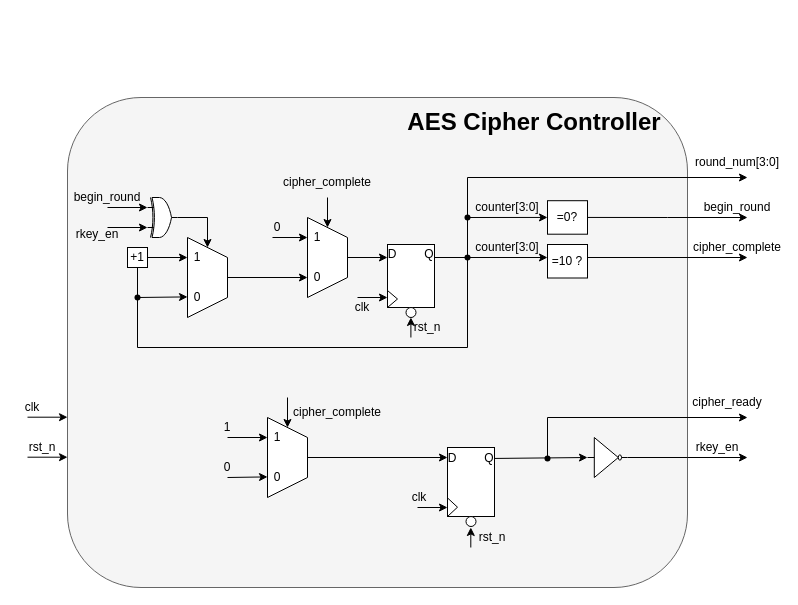
106210049/AES-128 keeps this draw.io diagram as page "AES Cipher Controller" (7 of 26) of AES128 Diagram.drawio. Above is the earlier version. Source tidied: cells renumbered, new cells numbered last; positions are measured from the earlier drawing's top-left corner, leaving out a move shared by most shapes. Both pictures are drawn from the tidied source at 100%, with x=0, y=0 at pixel (17, 97).
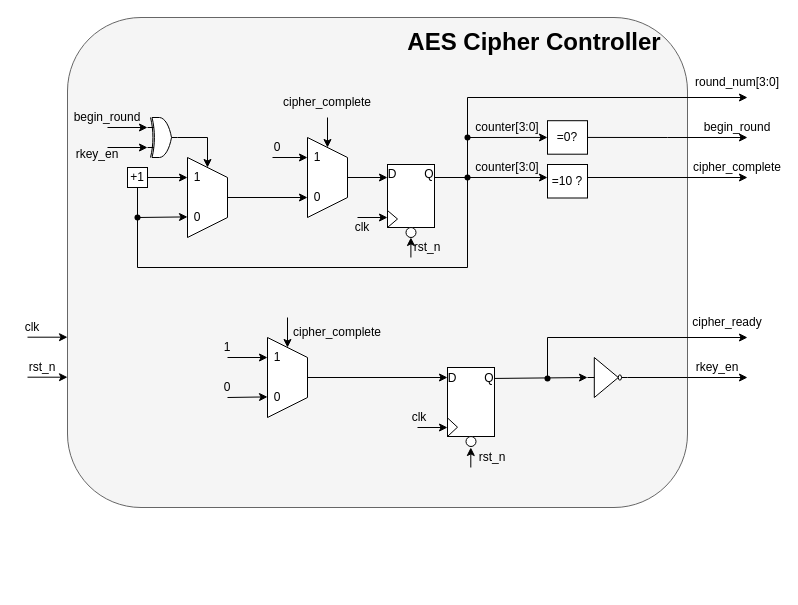
The same page after the edit.

Unchanged cells that the change refers to:
```xml
<mxCell id="64" value="Q" style="text;strokeColor=none;align=center;fillColor=none;html=1;verticalAlign=middle;whiteSpace=wrap;rounded=0;" parent="60" vertex="1">
  <mxGeometry x="37" width="10" height="21.9" as="geometry" />
</mxCell>
```

The edit, as a diff of the source:
```diff
@@
+    <mxCell id="96" style="group;" parent="1" vertex="1">
+      <mxGeometry y="-80" width="750" height="490" as="geometry" />
+    </mxCell>
-    <mxCell id="2" style="rounded=1;whiteSpace=wrap;html=1;fillColor=#f5f5f5;fontColor=#333333;strokeColor=#666666;" parent="1" vertex="1">
+    <mxCell id="2" style="rounded=1;whiteSpace=wrap;html=1;fillColor=#f5f5f5;fontColor=#333333;strokeColor=#666666;" parent="96" vertex="1">
       <mxGeometry x="50" width="620" height="490" as="geometry" />
     </mxCell>
-    <mxCell id="3" style="group;" parent="1" vertex="1">
+    <mxCell id="3" style="group;" parent="96" vertex="1">
       <mxGeometry x="370" y="147" width="47" height="73" as="geometry" />
     </mxCell>
@@
-    <mxCell id="9" style="group;" parent="1" vertex="1">
+    <mxCell id="9" style="group;" parent="96" vertex="1">
       <mxGeometry x="90" y="120" width="160" height="100" as="geometry" />
     </mxCell>
@@
-    <mxCell id="23" style="endArrow=classic;html=1;rounded=0;entryX=0;entryY=0.25;entryDx=0;entryDy=0;entryPerimeter=0;" parent="1" edge="1" target="87">
+    <mxCell id="23" style="endArrow=classic;html=1;rounded=0;entryX=0;entryY=0.25;entryDx=0;entryDy=0;entryPerimeter=0;" parent="96" edge="1" target="87">
       <mxGeometry relative="1" as="geometry">
         <mxPoint x="90" y="110" as="sourcePoint" />
       </mxGeometry>
     </mxCell>
-    <mxCell id="24" value="begin_round" style="text;strokeColor=none;align=center;fillColor=none;html=1;verticalAlign=middle;whiteSpace=wrap;rounded=0;" parent="1" vertex="1">
+    <mxCell id="24" value="begin_round" style="text;strokeColor=none;align=center;fillColor=none;html=1;verticalAlign=middle;whiteSpace=wrap;rounded=0;" parent="96" vertex="1">
       <mxGeometry x="60" y="90" width="60" height="20" as="geometry" />
     </mxCell>
-    <mxCell id="25" value="rkey_en" style="text;strokeColor=none;align=center;fillColor=none;html=1;verticalAlign=middle;whiteSpace=wrap;rounded=0;" parent="1" vertex="1">
+    <mxCell id="25" value="rkey_en" style="text;strokeColor=none;align=center;fillColor=none;html=1;verticalAlign=middle;whiteSpace=wrap;rounded=0;" parent="96" vertex="1">
       <mxGeometry x="50" y="127" width="60" height="20" as="geometry" />
     </mxCell>
-    <mxCell id="26" style="group;" parent="1" vertex="1">
+    <mxCell id="26" style="group;" parent="96" vertex="1">
       <mxGeometry x="210" y="100" width="160" height="100" as="geometry" />
     </mxCell>
@@
-    <mxCell id="35" value="cipher_complete" style="text;strokeColor=none;align=center;fillColor=none;html=1;verticalAlign=middle;whiteSpace=wrap;rounded=0;" parent="1" vertex="1">
+    <mxCell id="35" value="cipher_complete" style="text;strokeColor=none;align=center;fillColor=none;html=1;verticalAlign=middle;whiteSpace=wrap;rounded=0;" parent="96" vertex="1">
       <mxGeometry x="280" y="70" width="60" height="30" as="geometry" />
     </mxCell>
-    <mxCell id="36" style="endArrow=classic;html=1;rounded=0;entryX=0;entryY=0.388;entryDx=0;entryDy=0;entryPerimeter=0;" parent="1" edge="1" target="38">
+    <mxCell id="36" style="endArrow=classic;html=1;rounded=0;entryX=0;entryY=0.388;entryDx=0;entryDy=0;entryPerimeter=0;" parent="96" edge="1" target="38">
       <mxGeometry relative="1" as="geometry">
         <mxPoint x="417" y="160" as="sourcePoint" />
       </mxGeometry>
     </mxCell>
-    <mxCell id="37" style="endArrow=none;html=1;rounded=0;" parent="1" edge="1">
+    <mxCell id="37" style="endArrow=none;html=1;rounded=0;" parent="96" edge="1">
       <mxGeometry relative="1" as="geometry">
         <mxPoint x="450" y="250" as="sourcePoint" />
         <mxPoint x="450" y="160" as="targetPoint" />
       </mxGeometry>
     </mxCell>
-    <mxCell id="38" value="=10 ?" style="rounded=0;whiteSpace=wrap;html=1;" parent="1" vertex="1">
+    <mxCell id="38" value="=10 ?" style="rounded=0;whiteSpace=wrap;html=1;" parent="96" vertex="1">
       <mxGeometry x="530" y="147" width="40" height="33.5" as="geometry" />
     </mxCell>
-    <mxCell id="39" style="endArrow=classic;html=1;rounded=0;" parent="1" edge="1">
+    <mxCell id="39" style="endArrow=classic;html=1;rounded=0;" parent="96" edge="1">
       <mxGeometry relative="1" as="geometry">
         <mxPoint x="570" y="160" as="sourcePoint" />
         <mxPoint x="730" y="160" as="targetPoint" />
         <Array as="points">
           <mxPoint x="570" y="160" />
         </Array>
       </mxGeometry>
     </mxCell>
-    <mxCell id="40" style="endArrow=classic;html=1;rounded=0;" parent="1" edge="1">
+    <mxCell id="40" style="endArrow=classic;html=1;rounded=0;" parent="96" edge="1">
       <mxGeometry relative="1" as="geometry">
         <mxPoint x="393.4" y="240" as="sourcePoint" />
         <mxPoint x="393.4" y="220" as="targetPoint" />
       </mxGeometry>
     </mxCell>
-    <mxCell id="41" style="endArrow=none;html=1;rounded=0;" parent="1" edge="1">
+    <mxCell id="41" style="endArrow=none;html=1;rounded=0;" parent="96" edge="1">
       <mxGeometry relative="1" as="geometry">
         <mxPoint x="120" y="250" as="sourcePoint" />
         <mxPoint x="450" y="250" as="targetPoint" />
       </mxGeometry>
     </mxCell>
-    <mxCell id="42" value="counter[3:0]" style="text;strokeColor=none;align=center;fillColor=none;html=1;verticalAlign=middle;whiteSpace=wrap;rounded=0;" parent="1" vertex="1">
+    <mxCell id="42" value="counter[3:0]" style="text;strokeColor=none;align=center;fillColor=none;html=1;verticalAlign=middle;whiteSpace=wrap;rounded=0;" parent="96" vertex="1">
       <mxGeometry x="460" y="135" width="60" height="30" as="geometry" />
     </mxCell>
-    <mxCell id="43" style="endArrow=none;html=1;rounded=0;" parent="1" edge="1" source="93">
+    <mxCell id="43" style="endArrow=none;html=1;rounded=0;" parent="96" edge="1" source="93">
       <mxGeometry relative="1" as="geometry">
         <mxPoint x="450" y="120" as="targetPoint" />
       </mxGeometry>
     </mxCell>
-    <mxCell id="44" style="endArrow=classic;html=1;rounded=0;" parent="1" edge="1">
+    <mxCell id="44" style="endArrow=classic;html=1;rounded=0;" parent="96" edge="1">
       <mxGeometry relative="1" as="geometry">
         <mxPoint x="450" y="80" as="sourcePoint" />
         <mxPoint x="730" y="80" as="targetPoint" />
       </mxGeometry>
     </mxCell>
-    <mxCell id="45" value="round_num[3:0]" style="text;strokeColor=none;align=center;fillColor=none;html=1;verticalAlign=middle;whiteSpace=wrap;rounded=0;" parent="1" vertex="1">
+    <mxCell id="45" value="round_num[3:0]" style="text;strokeColor=none;align=center;fillColor=none;html=1;verticalAlign=middle;whiteSpace=wrap;rounded=0;" parent="96" vertex="1">
       <mxGeometry x="690" y="50" width="60" height="30" as="geometry" />
     </mxCell>
-    <mxCell id="46" value="cipher_complete" style="text;strokeColor=none;align=center;fillColor=none;html=1;verticalAlign=middle;whiteSpace=wrap;rounded=0;" parent="1" vertex="1">
+    <mxCell id="46" value="cipher_complete" style="text;strokeColor=none;align=center;fillColor=none;html=1;verticalAlign=middle;whiteSpace=wrap;rounded=0;" parent="96" vertex="1">
       <mxGeometry x="690" y="135" width="60" height="30" as="geometry" />
     </mxCell>
-    <mxCell id="47" style="group;" parent="1" vertex="1">
+    <mxCell id="47" style="group;" parent="96" vertex="1">
       <mxGeometry x="50" y="320" width="180" height="100" as="geometry" />
     </mxCell>
@@
-    <mxCell id="60" style="group;" parent="1" vertex="1">
+    <mxCell id="60" style="group;" parent="96" vertex="1">
       <mxGeometry x="430" y="350" width="47" height="80" as="geometry" />
     </mxCell>
@@
-    <mxCell id="66" style="endArrow=classic;html=1;rounded=0;" parent="1" edge="1">
+    <mxCell id="66" style="endArrow=classic;html=1;rounded=0;" parent="96" edge="1">
       <mxGeometry relative="1" as="geometry">
         <mxPoint x="453.3" y="450" as="sourcePoint" />
         <mxPoint x="453.3" y="430" as="targetPoint" />
       </mxGeometry>
     </mxCell>
-    <mxCell id="67" style="endArrow=classic;html=1;rounded=0;exitX=1;exitY=0.5;exitDx=0;exitDy=0;" parent="1" edge="1" source="64">
+    <mxCell id="67" style="endArrow=classic;html=1;rounded=0;exitX=1;exitY=0.5;exitDx=0;exitDy=0;" parent="96" edge="1" source="64">
       <mxGeometry relative="1" as="geometry">
         <mxPoint x="570" y="360" as="targetPoint" />
       </mxGeometry>
     </mxCell>
-    <mxCell id="68" value="cipher_ready" style="text;strokeColor=none;align=center;fillColor=none;html=1;verticalAlign=middle;whiteSpace=wrap;rounded=0;" parent="1" vertex="1">
+    <mxCell id="68" value="cipher_ready" style="text;strokeColor=none;align=center;fillColor=none;html=1;verticalAlign=middle;whiteSpace=wrap;rounded=0;" parent="96" vertex="1">
       <mxGeometry x="680" y="290" width="60" height="30" as="geometry" />
     </mxCell>
-    <mxCell id="69" style="edgeStyle=orthogonalEdgeStyle;rounded=0;jettySize=auto;html=1;exitX=1;exitY=0.5;exitDx=0;exitDy=0;exitPerimeter=0;" parent="1" edge="1" source="70">
+    <mxCell id="69" style="edgeStyle=orthogonalEdgeStyle;rounded=0;jettySize=auto;html=1;exitX=1;exitY=0.5;exitDx=0;exitDy=0;exitPerimeter=0;" parent="96" edge="1" source="70">
       <mxGeometry relative="1" as="geometry">
         <mxPoint x="730" y="360" as="targetPoint" />
       </mxGeometry>
     </mxCell>
-    <mxCell id="70" style="verticalLabelPosition=bottom;shadow=0;dashed=0;align=center;html=1;verticalAlign=top;shape=mxgraph.electrical.logic_gates.inverter_2;" parent="1" vertex="1">
+    <mxCell id="70" style="verticalLabelPosition=bottom;shadow=0;dashed=0;align=center;html=1;verticalAlign=top;shape=mxgraph.electrical.logic_gates.inverter_2;" parent="96" vertex="1">
       <mxGeometry x="570" y="340" width="40" height="40" as="geometry" />
     </mxCell>
-    <mxCell id="71" value="rkey_en" style="text;strokeColor=none;align=center;fillColor=none;html=1;verticalAlign=middle;whiteSpace=wrap;rounded=0;" parent="1" vertex="1">
+    <mxCell id="71" value="rkey_en" style="text;strokeColor=none;align=center;fillColor=none;html=1;verticalAlign=middle;whiteSpace=wrap;rounded=0;" parent="96" vertex="1">
       <mxGeometry x="670" y="335" width="60" height="30" as="geometry" />
     </mxCell>
-    <mxCell id="72" style="endArrow=none;html=1;rounded=0;" parent="1" edge="1">
+    <mxCell id="72" style="endArrow=none;html=1;rounded=0;" parent="96" edge="1">
       <mxGeometry relative="1" as="geometry">
         <mxPoint x="530" y="360" as="sourcePoint" />
         <mxPoint x="530" y="320" as="targetPoint" />
       </mxGeometry>
     </mxCell>
-    <mxCell id="73" style="endArrow=classic;html=1;rounded=0;" parent="1" edge="1">
+    <mxCell id="73" style="endArrow=classic;html=1;rounded=0;" parent="96" edge="1">
       <mxGeometry relative="1" as="geometry">
         <mxPoint x="530" y="320" as="sourcePoint" />
         <mxPoint x="730" y="320" as="targetPoint" />
       </mxGeometry>
     </mxCell>
-    <mxCell id="74" style="endArrow=classic;html=1;rounded=0;" parent="1" edge="1">
+    <mxCell id="74" style="endArrow=classic;html=1;rounded=0;" parent="96" edge="1">
       <mxGeometry relative="1" as="geometry">
         <mxPoint x="340" y="200" as="sourcePoint" />
         <mxPoint x="370" y="200" as="targetPoint" />
       </mxGeometry>
     </mxCell>
-    <mxCell id="75" style="endArrow=classic;html=1;rounded=0;" parent="1" edge="1">
+    <mxCell id="75" style="endArrow=classic;html=1;rounded=0;" parent="96" edge="1">
       <mxGeometry relative="1" as="geometry">
         <mxPoint x="400" y="410" as="sourcePoint" />
         <mxPoint x="430" y="410" as="targetPoint" />
       </mxGeometry>
     </mxCell>
-    <mxCell id="76" value="clk" style="text;strokeColor=none;align=center;fillColor=none;html=1;verticalAlign=middle;whiteSpace=wrap;rounded=0;" parent="1" vertex="1">
+    <mxCell id="76" value="clk" style="text;strokeColor=none;align=center;fillColor=none;html=1;verticalAlign=middle;whiteSpace=wrap;rounded=0;" parent="96" vertex="1">
       <mxGeometry x="330" y="200" width="30" height="20" as="geometry" />
     </mxCell>
-    <mxCell id="77" value="clk" style="text;strokeColor=none;align=center;fillColor=none;html=1;verticalAlign=middle;whiteSpace=wrap;rounded=0;" parent="1" vertex="1">
+    <mxCell id="77" value="clk" style="text;strokeColor=none;align=center;fillColor=none;html=1;verticalAlign=middle;whiteSpace=wrap;rounded=0;" parent="96" vertex="1">
       <mxGeometry x="387" y="390" width="30" height="20" as="geometry" />
     </mxCell>
-    <mxCell id="78" value="rst_n" style="text;strokeColor=none;align=center;fillColor=none;html=1;verticalAlign=middle;whiteSpace=wrap;rounded=0;" parent="1" vertex="1">
+    <mxCell id="78" value="rst_n" style="text;strokeColor=none;align=center;fillColor=none;html=1;verticalAlign=middle;whiteSpace=wrap;rounded=0;" parent="96" vertex="1">
       <mxGeometry x="395" y="220" width="30" height="20" as="geometry" />
     </mxCell>
-    <mxCell id="79" value="rst_n" style="text;strokeColor=none;align=center;fillColor=none;html=1;verticalAlign=middle;whiteSpace=wrap;rounded=0;" parent="1" vertex="1">
+    <mxCell id="79" value="rst_n" style="text;strokeColor=none;align=center;fillColor=none;html=1;verticalAlign=middle;whiteSpace=wrap;rounded=0;" parent="96" vertex="1">
       <mxGeometry x="460" y="430" width="30" height="20" as="geometry" />
     </mxCell>
-    <mxCell id="80" style="endArrow=classic;html=1;rounded=0;" parent="1" edge="1">
+    <mxCell id="80" style="endArrow=classic;html=1;rounded=0;" parent="96" edge="1">
       <mxGeometry relative="1" as="geometry">
         <mxPoint x="10" y="319.7" as="sourcePoint" />
         <mxPoint x="50" y="319.7" as="targetPoint" />
       </mxGeometry>
     </mxCell>
-    <mxCell id="81" style="endArrow=classic;html=1;rounded=0;" parent="1" edge="1">
+    <mxCell id="81" style="endArrow=classic;html=1;rounded=0;" parent="96" edge="1">
       <mxGeometry relative="1" as="geometry">
         <mxPoint x="10" y="359.7" as="sourcePoint" />
         <mxPoint x="50" y="359.7" as="targetPoint" />
       </mxGeometry>
     </mxCell>
-    <mxCell id="82" value="clk" style="text;strokeColor=none;align=center;fillColor=none;html=1;verticalAlign=middle;whiteSpace=wrap;rounded=0;" parent="1" vertex="1">
+    <mxCell id="82" value="clk" style="text;strokeColor=none;align=center;fillColor=none;html=1;verticalAlign=middle;whiteSpace=wrap;rounded=0;" parent="96" vertex="1">
       <mxGeometry y="300" width="30" height="20" as="geometry" />
     </mxCell>
-    <mxCell id="83" value="rst_n" style="text;strokeColor=none;align=center;fillColor=none;html=1;verticalAlign=middle;whiteSpace=wrap;rounded=0;" parent="1" vertex="1">
+    <mxCell id="83" value="rst_n" style="text;strokeColor=none;align=center;fillColor=none;html=1;verticalAlign=middle;whiteSpace=wrap;rounded=0;" parent="96" vertex="1">
       <mxGeometry x="10" y="340" width="30" height="20" as="geometry" />
     </mxCell>
-    <mxCell id="84" style="shape=waypoint;sketch=0;fillStyle=solid;size=6;fillColor=none;perimeter=centerPerimeter;" parent="1" vertex="1">
+    <mxCell id="84" style="shape=waypoint;sketch=0;fillStyle=solid;size=6;fillColor=none;perimeter=centerPerimeter;" parent="96" vertex="1">
       <mxGeometry x="440" y="150" width="20" height="20" as="geometry" />
     </mxCell>
-    <mxCell id="85" style="shape=waypoint;sketch=0;fillStyle=solid;size=6;fillColor=none;perimeter=centerPerimeter;" parent="1" vertex="1">
+    <mxCell id="85" style="shape=waypoint;sketch=0;fillStyle=solid;size=6;fillColor=none;perimeter=centerPerimeter;" parent="96" vertex="1">
       <mxGeometry x="520" y="351" width="20" height="20" as="geometry" />
     </mxCell>
-    <mxCell id="86" value="&lt;font style=&quot;font-size: 24px;&quot;&gt;AES Cipher Controller&lt;/font&gt;" style="text;strokeColor=none;align=center;fillColor=none;html=1;verticalAlign=middle;whiteSpace=wrap;rounded=0;fontStyle=1;" parent="1" vertex="1">
+    <mxCell id="86" value="&lt;font style=&quot;font-size: 24px;&quot;&gt;AES Cipher Controller&lt;/font&gt;" style="text;strokeColor=none;align=center;fillColor=none;html=1;verticalAlign=middle;whiteSpace=wrap;rounded=0;fontStyle=1;" parent="96" vertex="1">
       <mxGeometry x="387" y="10" width="260" height="30" as="geometry" />
     </mxCell>
-    <mxCell id="87" style="verticalLabelPosition=bottom;shadow=0;dashed=0;align=center;html=1;verticalAlign=top;shape=mxgraph.electrical.logic_gates.logic_gate;operation=xor;" parent="1" vertex="1">
+    <mxCell id="87" style="verticalLabelPosition=bottom;shadow=0;dashed=0;align=center;html=1;verticalAlign=top;shape=mxgraph.electrical.logic_gates.logic_gate;operation=xor;" parent="96" vertex="1">
       <mxGeometry x="130" y="100" width="30" height="40" as="geometry" />
     </mxCell>
-    <mxCell id="88" style="edgeStyle=orthogonalEdgeStyle;rounded=0;jettySize=auto;html=1;exitX=1;exitY=0.5;exitDx=0;exitDy=0;" parent="1" edge="1" source="89">
+    <mxCell id="88" style="edgeStyle=orthogonalEdgeStyle;rounded=0;jettySize=auto;html=1;exitX=1;exitY=0.5;exitDx=0;exitDy=0;" parent="96" edge="1" source="89">
       <mxGeometry relative="1" as="geometry">
         <mxPoint x="730" y="120" as="targetPoint" />
       </mxGeometry>
     </mxCell>
-    <mxCell id="89" value="=0?" style="rounded=0;whiteSpace=wrap;html=1;" parent="1" vertex="1">
+    <mxCell id="89" value="=0?" style="rounded=0;whiteSpace=wrap;html=1;" parent="96" vertex="1">
       <mxGeometry x="530" y="103.2" width="40" height="33.5" as="geometry" />
     </mxCell>
-    <mxCell id="90" style="endArrow=classic;html=1;rounded=0;entryX=0;entryY=0.5;entryDx=0;entryDy=0;" parent="1" edge="1" target="89">
+    <mxCell id="90" style="endArrow=classic;html=1;rounded=0;entryX=0;entryY=0.5;entryDx=0;entryDy=0;" parent="96" edge="1" target="89">
       <mxGeometry relative="1" as="geometry">
         <mxPoint x="450" y="120" as="sourcePoint" />
       </mxGeometry>
     </mxCell>
-    <mxCell id="91" style="endArrow=none;html=1;rounded=0;" parent="1" edge="1">
+    <mxCell id="91" style="endArrow=none;html=1;rounded=0;" parent="96" edge="1">
       <mxGeometry relative="1" as="geometry">
         <mxPoint x="450" y="120" as="sourcePoint" />
         <mxPoint x="450" y="80" as="targetPoint" />
       </mxGeometry>
     </mxCell>
-    <mxCell id="92" style="endArrow=none;html=1;rounded=0;" parent="1" edge="1" target="93">
+    <mxCell id="92" style="endArrow=none;html=1;rounded=0;" parent="96" edge="1" target="93">
       <mxGeometry relative="1" as="geometry">
         <mxPoint x="450" y="160" as="sourcePoint" />
       </mxGeometry>
     </mxCell>
-    <mxCell id="93" style="shape=waypoint;sketch=0;fillStyle=solid;size=6;points=[];fillColor=none;perimeter=centerPerimeter;snapToPoint=1;" parent="1" vertex="1">
+    <mxCell id="93" style="shape=waypoint;sketch=0;fillStyle=solid;size=6;points=[];fillColor=none;perimeter=centerPerimeter;snapToPoint=1;" parent="96" vertex="1">
       <mxGeometry x="440" y="110" width="20" height="20" as="geometry" />
     </mxCell>
-    <mxCell id="94" value="begin_round" style="text;strokeColor=none;align=center;fillColor=none;html=1;verticalAlign=middle;whiteSpace=wrap;rounded=0;" parent="1" vertex="1">
+    <mxCell id="94" value="begin_round" style="text;strokeColor=none;align=center;fillColor=none;html=1;verticalAlign=middle;whiteSpace=wrap;rounded=0;" parent="96" vertex="1">
       <mxGeometry x="690" y="100" width="60" height="20" as="geometry" />
     </mxCell>
-    <mxCell id="95" value="counter[3:0]" style="text;strokeColor=none;align=center;fillColor=none;html=1;verticalAlign=middle;whiteSpace=wrap;rounded=0;" parent="1" vertex="1">
+    <mxCell id="95" value="counter[3:0]" style="text;strokeColor=none;align=center;fillColor=none;html=1;verticalAlign=middle;whiteSpace=wrap;rounded=0;" parent="96" vertex="1">
       <mxGeometry x="460" y="95" width="60" height="30" as="geometry" />
     </mxCell>
```
